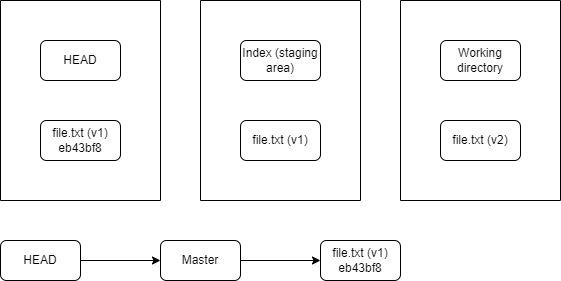
Above: img/git/git5.png in riehseun/riehseun.github.io (draw.io), before the change. Source tidied: cells renumbered, new cells last; positions are measured from the earlier drawing's top-left corner, leaving out a move shared by most shapes.
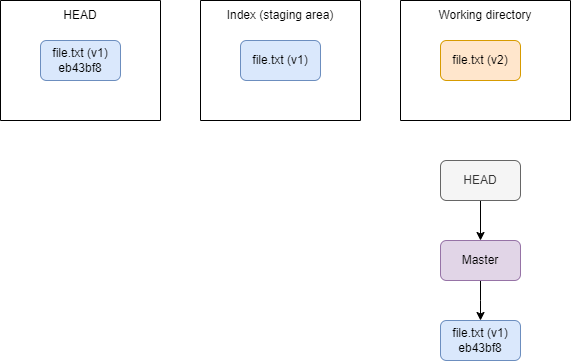
The same diagram one commit later.

Diff of the diagram source:
```diff
@@ -2,47 +2,49 @@
   <root>
     <mxCell id="0" />
     <mxCell id="1" parent="0" />
-    <mxCell id="2" value="HEAD" style="rounded=1;whiteSpace=wrap;html=1;" parent="1" vertex="1">
-      <mxGeometry x="40" y="40" width="80" height="40" as="geometry" />
-    </mxCell>
     <mxCell id="3" style="swimlane;startSize=0;" parent="1" vertex="1">
-      <mxGeometry width="160" height="200" as="geometry" />
+      <mxGeometry width="160" height="120" as="geometry" />
     </mxCell>
-    <mxCell id="4" value="file.txt (v1)&lt;div&gt;eb43bf8&lt;/div&gt;" style="rounded=1;whiteSpace=wrap;html=1;" parent="3" vertex="1">
-      <mxGeometry x="40" y="120" width="80" height="40" as="geometry" />
+    <mxCell id="4" value="file.txt (v1) eb43bf8" style="rounded=1;whiteSpace=wrap;html=1;fillColor=#dae8fc;strokeColor=#6c8ebf;" parent="3" vertex="1">
+      <mxGeometry x="40" y="40" width="80" height="40" as="geometry" />
     </mxCell>
+    <mxCell id="2" value="HEAD" style="text;html=1;align=center;verticalAlign=middle;whiteSpace=wrap;rounded=0;" parent="3" vertex="1">
+      <mxGeometry width="160" height="30" as="geometry" />
+    </mxCell>
     <mxCell id="5" style="swimlane;startSize=0;" parent="1" vertex="1">
-      <mxGeometry x="200" width="160" height="200" as="geometry" />
+      <mxGeometry x="200" width="160" height="120" as="geometry" />
     </mxCell>
+    <mxCell id="7" value="file.txt (v1&lt;span style=&quot;background-color: initial;&quot;&gt;)&lt;/span&gt;" style="rounded=1;whiteSpace=wrap;html=1;fillColor=#dae8fc;strokeColor=#6c8ebf;" parent="5" vertex="1">
+      <mxGeometry x="40" y="40" width="80" height="40" as="geometry" />
+    </mxCell>
-    <mxCell id="6" value="Index (staging area)" style="rounded=1;whiteSpace=wrap;html=1;" parent="5" vertex="1">
-      <mxGeometry x="40" y="40" width="80" height="40" as="geometry" />
+    <mxCell id="6" value="Index (staging area)" style="text;html=1;align=center;verticalAlign=middle;whiteSpace=wrap;rounded=0;" parent="5" vertex="1">
+      <mxGeometry width="160" height="30" as="geometry" />
     </mxCell>
-    <mxCell id="7" value="file.txt (v1)" style="rounded=1;whiteSpace=wrap;html=1;" parent="5" vertex="1">
-      <mxGeometry x="40" y="120" width="80" height="40" as="geometry" />
-    </mxCell>
     <mxCell id="8" style="swimlane;startSize=0;" parent="1" vertex="1">
-      <mxGeometry x="400" width="160" height="200" as="geometry" />
+      <mxGeometry x="400" width="170" height="120" as="geometry" />
     </mxCell>
+    <mxCell id="10" value="file.txt (v2)" style="rounded=1;whiteSpace=wrap;html=1;fillColor=#ffe6cc;strokeColor=#d79b00;" parent="8" vertex="1">
+      <mxGeometry x="40" y="40" width="80" height="40" as="geometry" />
+    </mxCell>
-    <mxCell id="9" value="Working directory" style="rounded=1;whiteSpace=wrap;html=1;" parent="8" vertex="1">
-      <mxGeometry x="40" y="40" width="80" height="40" as="geometry" />
+    <mxCell id="9" value="Working directory" style="text;html=1;align=center;verticalAlign=middle;whiteSpace=wrap;rounded=0;" parent="8" vertex="1">
+      <mxGeometry width="170" height="30" as="geometry" />
     </mxCell>
-    <mxCell id="10" value="file.txt (v2)" style="rounded=1;whiteSpace=wrap;html=1;" parent="8" vertex="1">
-      <mxGeometry x="40" y="120" width="80" height="40" as="geometry" />
-    </mxCell>
-    <mxCell id="11" style="edgeStyle=orthogonalEdgeStyle;rounded=0;jettySize=auto;html=1;exitX=1;exitY=0.5;exitDx=0;exitDy=0;" parent="1" edge="1" source="12" target="14">
+    <mxCell id="11" style="edgeStyle=orthogonalEdgeStyle;rounded=0;jettySize=auto;html=1;exitX=0.5;exitY=1;exitDx=0;exitDy=0;entryX=0.5;entryY=0;entryDx=0;entryDy=0;" parent="1" edge="1" source="12" target="14">
       <mxGeometry relative="1" as="geometry" />
     </mxCell>
-    <mxCell id="12" value="HEAD" style="rounded=1;whiteSpace=wrap;html=1;" parent="1" vertex="1">
-      <mxGeometry y="240" width="80" height="40" as="geometry" />
+    <mxCell id="12" value="HEAD" style="rounded=1;whiteSpace=wrap;html=1;fillColor=#f5f5f5;fontColor=#333333;strokeColor=#666666;" parent="1" vertex="1">
+      <mxGeometry x="440" y="160" width="80" height="40" as="geometry" />
     </mxCell>
-    <mxCell id="13" style="edgeStyle=orthogonalEdgeStyle;rounded=0;jettySize=auto;html=1;exitX=1;exitY=0.5;exitDx=0;exitDy=0;entryX=0;entryY=0.5;entryDx=0;entryDy=0;" parent="1" edge="1" source="14" target="15">
-      <mxGeometry relative="1" as="geometry" />
-    </mxCell>
+    <mxCell id="16" style="edgeStyle=orthogonalEdgeStyle;rounded=0;jettySize=auto;html=1;exitX=0.5;exitY=1;exitDx=0;exitDy=0;entryX=0.5;entryY=0;entryDx=0;entryDy=0;" parent="1" edge="1" source="14">
+      <mxGeometry relative="1" as="geometry">
+        <mxPoint x="480" y="320" as="targetPoint" />
+      </mxGeometry>
+    </mxCell>
-    <mxCell id="14" value="Master" style="rounded=1;whiteSpace=wrap;html=1;" parent="1" vertex="1">
-      <mxGeometry x="160" y="240" width="80" height="40" as="geometry" />
+    <mxCell id="14" value="Master" style="rounded=1;whiteSpace=wrap;html=1;fillColor=#e1d5e7;strokeColor=#9673a6;" parent="1" vertex="1">
+      <mxGeometry x="440" y="240" width="80" height="40" as="geometry" />
     </mxCell>
-    <mxCell id="15" value="file.txt (v1)&lt;div&gt;eb43bf8&lt;/div&gt;" style="rounded=1;whiteSpace=wrap;html=1;" parent="1" vertex="1">
-      <mxGeometry x="320" y="240" width="80" height="40" as="geometry" />
+    <mxCell id="15" value="file.txt (v1)&lt;div&gt;eb43bf8&lt;/div&gt;" style="rounded=1;whiteSpace=wrap;html=1;fillColor=#dae8fc;strokeColor=#6c8ebf;" parent="1" vertex="1">
+      <mxGeometry x="440" y="320" width="80" height="40" as="geometry" />
     </mxCell>
   </root>
 </mxGraphModel>
```
